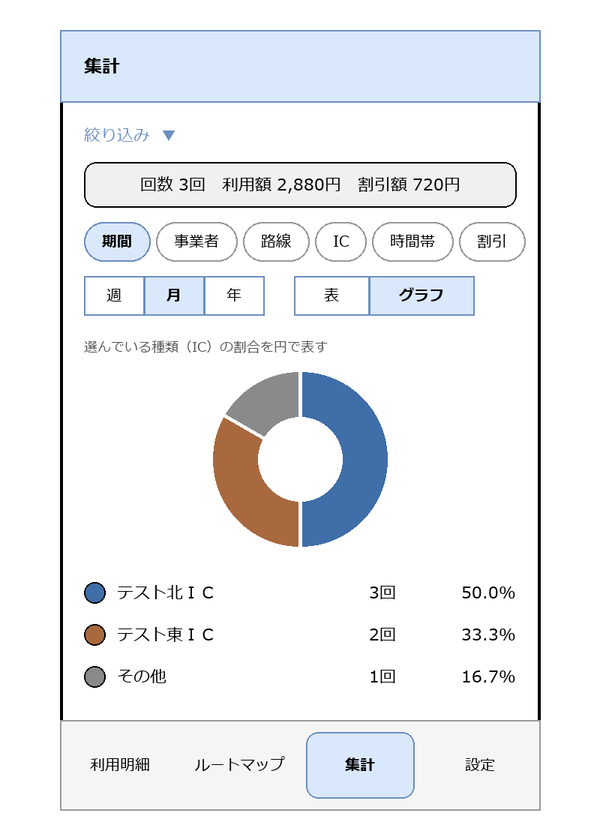
Above: docs/systems/screens/images/SCR-006-aggregation-pie.drawio.png in hnt1028/etc-meisai (draw.io), before the change. Source tidied: cells renumbered, new cells last; positions are measured from the earlier drawing's top-left corner, leaving out a move shared by most shapes.
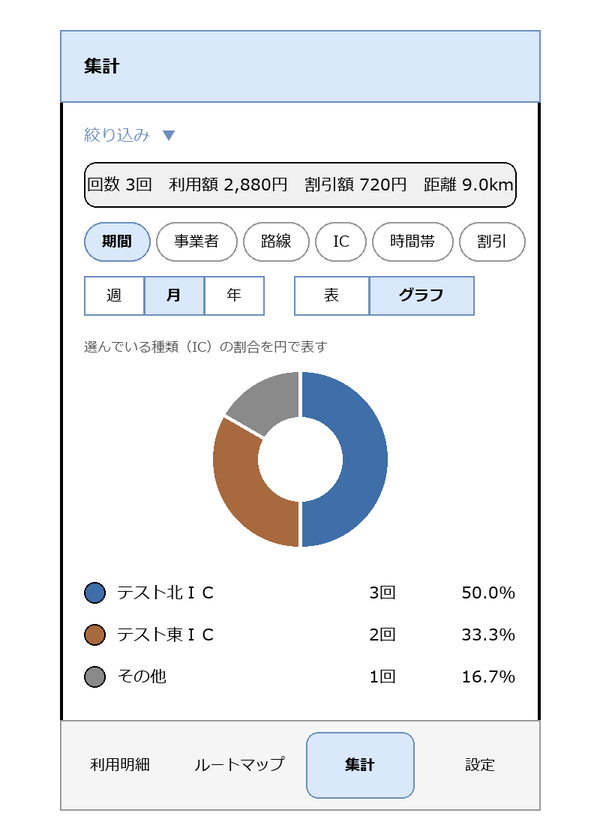
Later version of the same file.

The edit, as a diff of the source:
```diff
@@ -11,7 +11,7 @@
     <mxCell id="4" value="絞り込み  ▼" style="text;html=1;align=left;verticalAlign=middle;fontSize=11;fontColor=#6c8ebf;" parent="1" vertex="1">
       <mxGeometry x="16" y="56" width="288" height="28" as="geometry" />
     </mxCell>
-    <mxCell id="5" value="回数 3回　利用額 2,880円　割引額 720円" style="rounded=1;whiteSpace=wrap;html=1;arcSize=20;fillColor=#f0f0f0;strokeColor=none;fontSize=11;" parent="1" vertex="1">
+    <mxCell id="5" value="回数 3回　利用額 2,880円　割引額 720円　距離 9.0km" style="rounded=1;whiteSpace=wrap;html=1;arcSize=20;fillColor=#f0f0f0;strokeColor=none;fontSize=11;" parent="1" vertex="1">
       <mxGeometry x="16" y="88" width="288" height="30" as="geometry" />
     </mxCell>
     <mxCell id="6" value="期間" style="rounded=1;whiteSpace=wrap;html=1;arcSize=50;fontSize=10;fillColor=#dae8fc;strokeColor=#6c8ebf;fontStyle=1;" parent="1" vertex="1">
```
